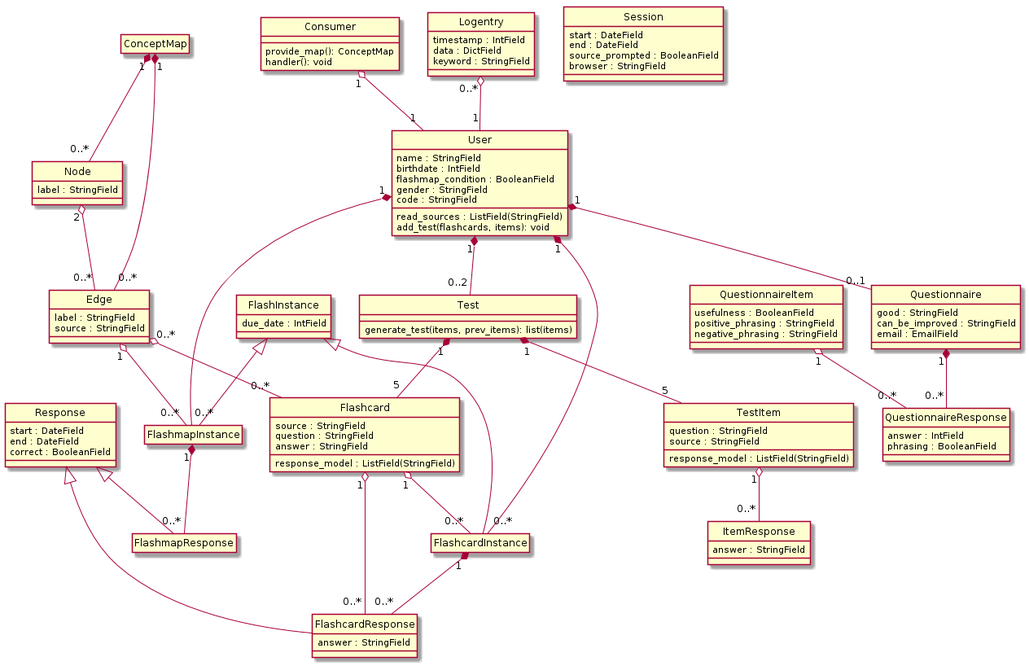
Before: img/classdiagram.png, a diagram exported from PlantUML (mcvdenk/MasterThesis). Its diagram source:
```plantuml
@startuml
hide empty members
hide circle

class Consumer {
    provide_map(): ConceptMap
    handler(): void
}

class ConceptMap

class Node {
    label : StringField
}

ConceptMap "1" *-- "0..*" Node

class Edge {
    label : StringField
    source : StringField
}

ConceptMap "1" *-- "0..*" Edge
Node "2" o-- "0..*" Edge

class Flashcard {
    source : StringField
    question : StringField
    answer : StringField
    response_model : ListField(StringField)
}

Edge "0..*" o-- "0..*" Flashcard

class User {
    name : StringField
    birthdate : IntField
    flashmap_condition : BooleanField
    read_sources : ListField(StringField)
    gender : StringField
    code : StringField
    add_test(flashcards, items): void
}

Consumer "1" o-- "1" User

class Logentry {
    timestamp : IntField
    data : DictField
    keyword : StringField
}

Logentry "0..*" o-- "1" User

class Test {
    generate_test(items, prev_items): list(items)
}

User "1" *-- "0..2" Test

class TestItem {
    question : StringField
    source : StringField
    response_model : ListField(StringField)
}

Test "1" *-- "5" Flashcard
Test "1" *-- "5" TestItem

class ItemResponse {
    answer : StringField
}

TestItem "1" o-- "0..*" ItemResponse

class FlashcardResponse {
    answer : StringField
}

Flashcard "1" o-- "0..*" FlashcardResponse

class QuestionnaireItem {
    usefulness : BooleanField
    positive_phrasing : StringField
    negative_phrasing : StringField
}

class Questionnaire {
    good : StringField
    can_be_improved : StringField
    email : EmailField
}

User "1" *-- "0..1" Questionnaire

class QuestionnaireResponse {
    answer : IntField
    phrasing : BooleanField
}

Questionnaire "1" *-- "0..*" QuestionnaireResponse
QuestionnaireItem "1" o-- "0..*" QuestionnaireResponse

class FlashInstance {
    due_date : IntField
}

class FlashcardInstance

FlashInstance <|-- FlashcardInstance
Flashcard "1" o-- "0..*" FlashcardInstance
User "1" *-- "0..*" FlashcardInstance

class FlashmapInstance

FlashInstance <|-- FlashmapInstance
Edge "1" o-- "0..*" FlashmapInstance
User "1" *-- "0..*" FlashmapInstance

class Response {
    start : DateField
    end : DateField
    correct : BooleanField
}

class FlashcardResponse

Response <|-- FlashcardResponse
FlashcardInstance "1" *-- "0..*" FlashcardResponse

class FlashmapResponse

Response <|-- FlashmapResponse
FlashmapInstance "1" *-- "0..*" FlashmapResponse

class Session {
    start : DateField
    end : DateField
    source_prompted : BooleanField
    browser : StringField
}

@enduml
```
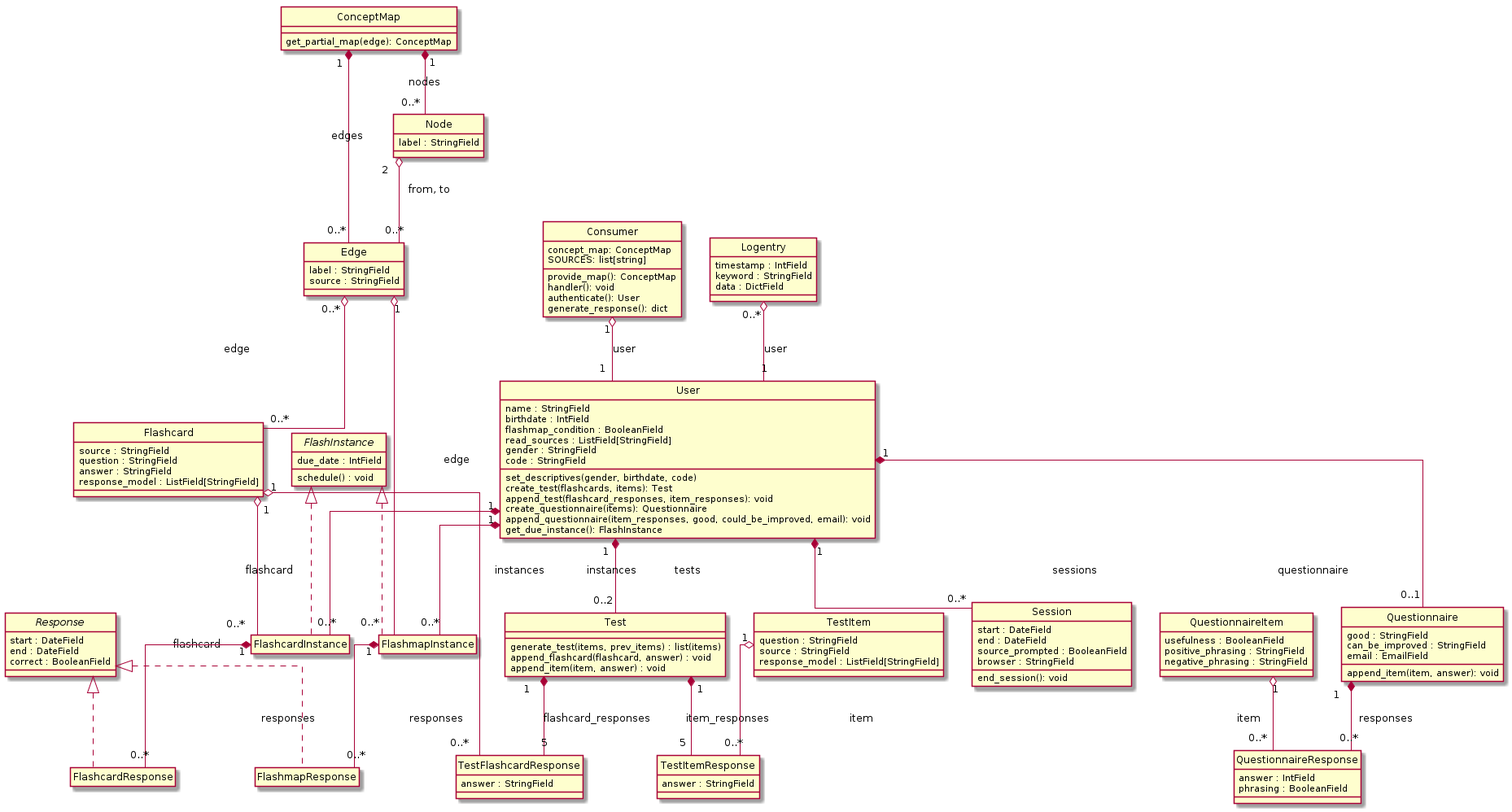
The same diagram one commit later.

Commit message:
Added methods within the class diagram

Change to the diagram source:
```diff
@@ -1,83 +1,97 @@
 @startuml
 hide empty members
 hide circle
+skinparam linetype ortho
 
 class Consumer {
+    concept_map: ConceptMap
+    SOURCES: list[string]
     provide_map(): ConceptMap
     handler(): void
+    authenticate(): User
+    generate_response(): dict
 }
 
-class ConceptMap
+class ConceptMap {
+    get_partial_map(edge): ConceptMap
+}
 
 class Node {
     label : StringField
 }
 
-ConceptMap "1" *-- "0..*" Node
+ConceptMap "1" *-- "0..*" Node : nodes
 
 class Edge {
     label : StringField
     source : StringField
 }
 
-ConceptMap "1" *-- "0..*" Edge
-Node "2" o-- "0..*" Edge
+ConceptMap "1" *-- "0..*" Edge : edges
+Node "2" o-- "0..*" Edge : from, to
 
 class Flashcard {
     source : StringField
     question : StringField
     answer : StringField
-    response_model : ListField(StringField)
+    response_model : ListField[StringField]
 }
 
-Edge "0..*" o-- "0..*" Flashcard
+Edge "0..*" o-- "0..*" Flashcard : edge
 
 class User {
     name : StringField
     birthdate : IntField
     flashmap_condition : BooleanField
-    read_sources : ListField(StringField)
+    read_sources : ListField[StringField]
     gender : StringField
     code : StringField
-    add_test(flashcards, items): void
+    set_descriptives(gender, birthdate, code)
+    create_test(flashcards, items): Test
+    append_test(flashcard_responses, item_responses): void
+    create_questionnaire(items): Questionnaire
+    append_questionnaire(item_responses, good, could_be_improved, email): void
+    get_due_instance(): FlashInstance
 }
 
-Consumer "1" o-- "1" User
+Consumer "1" o-- "1" User : user
 
 class Logentry {
     timestamp : IntField
+    keyword : StringField
     data : DictField
-    keyword : StringField
 }
 
-Logentry "0..*" o-- "1" User
+Logentry "0..*" o-- "1" User : user
 
 class Test {
-    generate_test(items, prev_items): list(items)
+    generate_test(items, prev_items) : list(items)
+    append_flashcard(flashcard, answer) : void
+    append_item(item, answer) : void
 }
 
-User "1" *-- "0..2" Test
+User "1" *-- "0..2" Test : tests
 
 class TestItem {
     question : StringField
     source : StringField
-    response_model : ListField(StringField)
+    response_model : ListField[StringField]
 }
 
-Test "1" *-- "5" Flashcard
-Test "1" *-- "5" TestItem
 
-class ItemResponse {
+class TestItemResponse {
     answer : StringField
 }
 
-TestItem "1" o-- "0..*" ItemResponse
+Test "1" *-- "5" TestItemResponse : item_responses
+TestItem "1" o-- "0..*" TestItemResponse : item
 
-class FlashcardResponse {
+class TestFlashcardResponse {
     answer : StringField
 }
 
-Flashcard "1" o-- "0..*" FlashcardResponse
+Test "1" *-- "5" TestFlashcardResponse: flashcard_responses
+Flashcard "1" o-- "0..*" TestFlashcardResponse : flashcard
 
 class QuestionnaireItem {
     usefulness : BooleanField
@@ -89,35 +103,37 @@
     good : StringField
     can_be_improved : StringField
     email : EmailField
+    append_item(item, answer): void
 }
 
-User "1" *-- "0..1" Questionnaire
+User "1" *-- "0..1" Questionnaire : questionnaire
 
 class QuestionnaireResponse {
     answer : IntField
     phrasing : BooleanField
 }
 
-Questionnaire "1" *-- "0..*" QuestionnaireResponse
-QuestionnaireItem "1" o-- "0..*" QuestionnaireResponse
+Questionnaire "1" *-- "0..*" QuestionnaireResponse : responses
+QuestionnaireItem "1" o-- "0..*" QuestionnaireResponse : item
 
-class FlashInstance {
+abstract class FlashInstance {
     due_date : IntField
+    schedule() : void
 }
 
 class FlashcardInstance
 
-FlashInstance <|-- FlashcardInstance
-Flashcard "1" o-- "0..*" FlashcardInstance
-User "1" *-- "0..*" FlashcardInstance
+FlashInstance <|.. FlashcardInstance
+Flashcard "1" o-- "0..*" FlashcardInstance : flashcard
+User "1" *-- "0..*" FlashcardInstance : instances
 
 class FlashmapInstance
 
-FlashInstance <|-- FlashmapInstance
-Edge "1" o-- "0..*" FlashmapInstance
-User "1" *-- "0..*" FlashmapInstance
+FlashInstance <|.. FlashmapInstance
+Edge "1" o-- "0..*" FlashmapInstance : edge
+User "1" *-- "0..*" FlashmapInstance : instances
 
-class Response {
+abstract class Response {
     start : DateField
     end : DateField
     correct : BooleanField
@@ -125,19 +141,22 @@
 
 class FlashcardResponse
 
-Response <|-- FlashcardResponse
-FlashcardInstance "1" *-- "0..*" FlashcardResponse
+Response <|.. FlashcardResponse
+FlashcardInstance "1" *-- "0..*" FlashcardResponse : responses
 
 class FlashmapResponse
 
-Response <|-- FlashmapResponse
-FlashmapInstance "1" *-- "0..*" FlashmapResponse
+Response <|.. FlashmapResponse
+FlashmapInstance "1" *-- "0..*" FlashmapResponse : responses
 
 class Session {
     start : DateField
     end : DateField
     source_prompted : BooleanField
     browser : StringField
+    end_session(): void
 }
 
+User "1" *-- "0..*" Session : sessions
+
 @enduml
```
